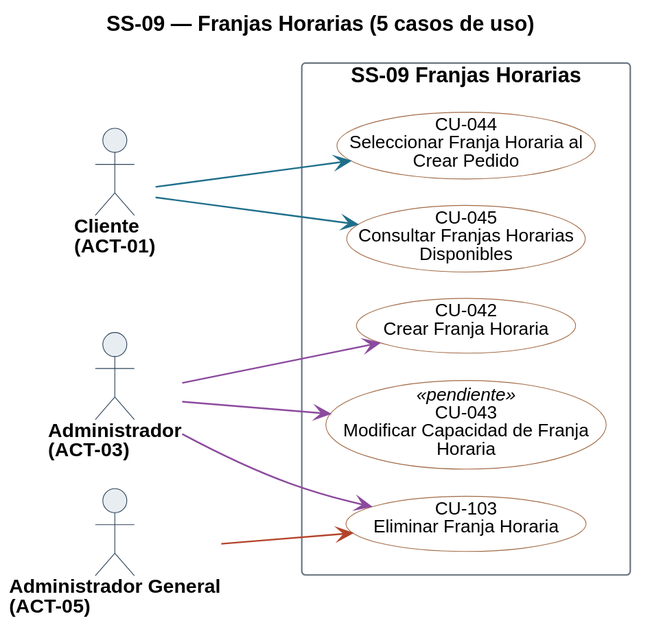
Nahuelito-Dev/splg-docs keeps this PlantUML diagram as diagramas/uml/CU_SS-09_Franjas-Horarias.svg. Above is the earlier version.
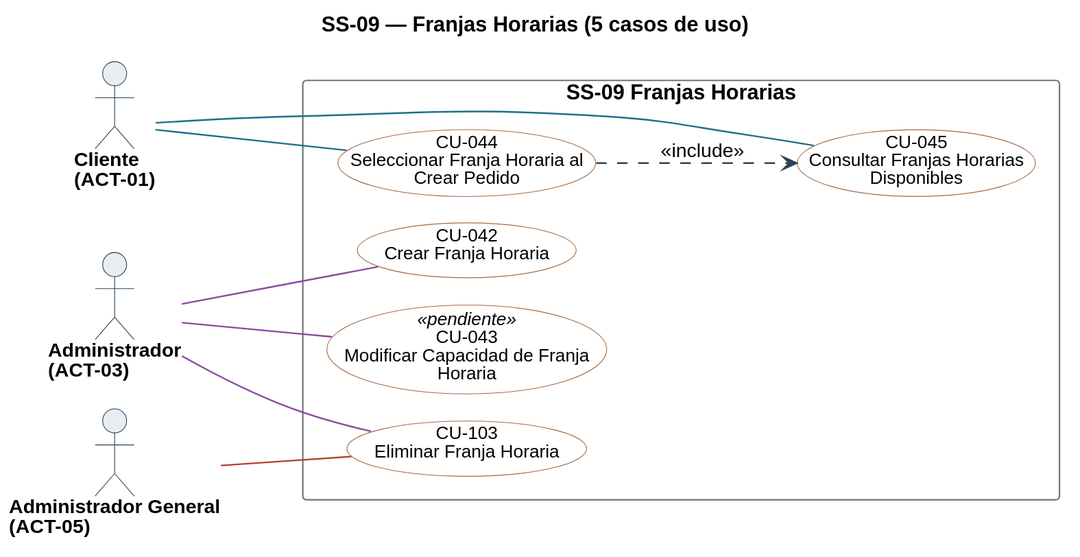
The same file after the commit.

Change to the diagram source:
```diff
@@ -30,6 +30,8 @@
 skinparam usecase {
   BorderColor<<pendiente>> #9C4436
   BackgroundColor<<pendiente>> #F6E4E1
+  BorderColor<<factorizado>> #6B7683
+  BackgroundColor<<factorizado>> #F2F4F6
 }
 
 actor "Cliente\n(ACT-01)" as A01
@@ -44,10 +46,12 @@
   usecase "CU-103\nEliminar Franja Horaria" as U103 #back:FFFFFF;line:A26A45
 }
 
-A01 -[#1F6F8B]-> U044
-A01 -[#1F6F8B]-> U045
-A03 -[#8C4A9E]-> U042
-A03 -[#8C4A9E]-> U043
-A03 -[#8C4A9E]-> U103
-A05 -[#B4432B]-> U103
+A01 -[#1F6F8B]- U044
+A01 -[#1F6F8B]- U045
+A03 -[#8C4A9E]- U042
+A03 -[#8C4A9E]- U043
+A03 -[#8C4A9E]- U103
+A05 -[#B4432B]- U103
+
+U044 ..> U045 : <<include>>
 @enduml
```
